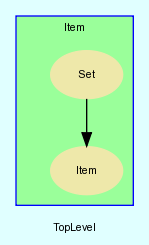
ddiez/seqminer keeps this Graphviz diagram as doc/dot/f_2.png. Above is the earlier version. Its source is kept beside it as doc/dot/f_2.dot.
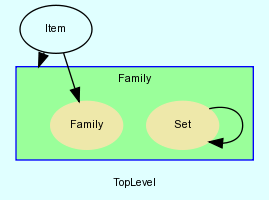
After the change.

Change to the diagram source:
```diff
@@ -10,42 +10,55 @@
         fontsize = 8
     ]
 
-    Item__Set -> Item__Item [
+    Family__Set -> Family__Set [
 
     ]
 
-    subgraph cluster_Item {
+    Item [
+        URL = "classes/Item.html",
         label = "Item"
+    ]
+
+    Item -> Family__Family [
+
+    ]
+
+    subgraph cluster_Family {
+        label = "Family"
         fillcolor = palegreen1
-        URL = "classes/Item.html"
+        URL = "classes/Family.html"
         color = blue
         fontname = Arial
         style = filled
-        Item [
+        Family [
             shape = plaintext,
             height = 0.01,
             width = 0.01,
             label = ""
         ]
 
-        Item__Set [
+        Family__Set [
             fontcolor = black,
             shape = ellipse,
-            URL = "classes/Item/Set.html",
+            URL = "classes/Family/Set.html",
             color = palegoldenrod,
             style = filled,
             label = "Set"
         ]
 
-        Item__Item [
+        Family__Family [
             fontcolor = black,
             shape = ellipse,
-            URL = "classes/Item/Item.html",
+            URL = "classes/Family/Family.html",
             color = palegoldenrod,
             style = filled,
-            label = "Item"
+            label = "Family"
         ]
 
     }
 
+    Item -> Family [
+        lhead = cluster_Family
+    ]
+
 }
```
